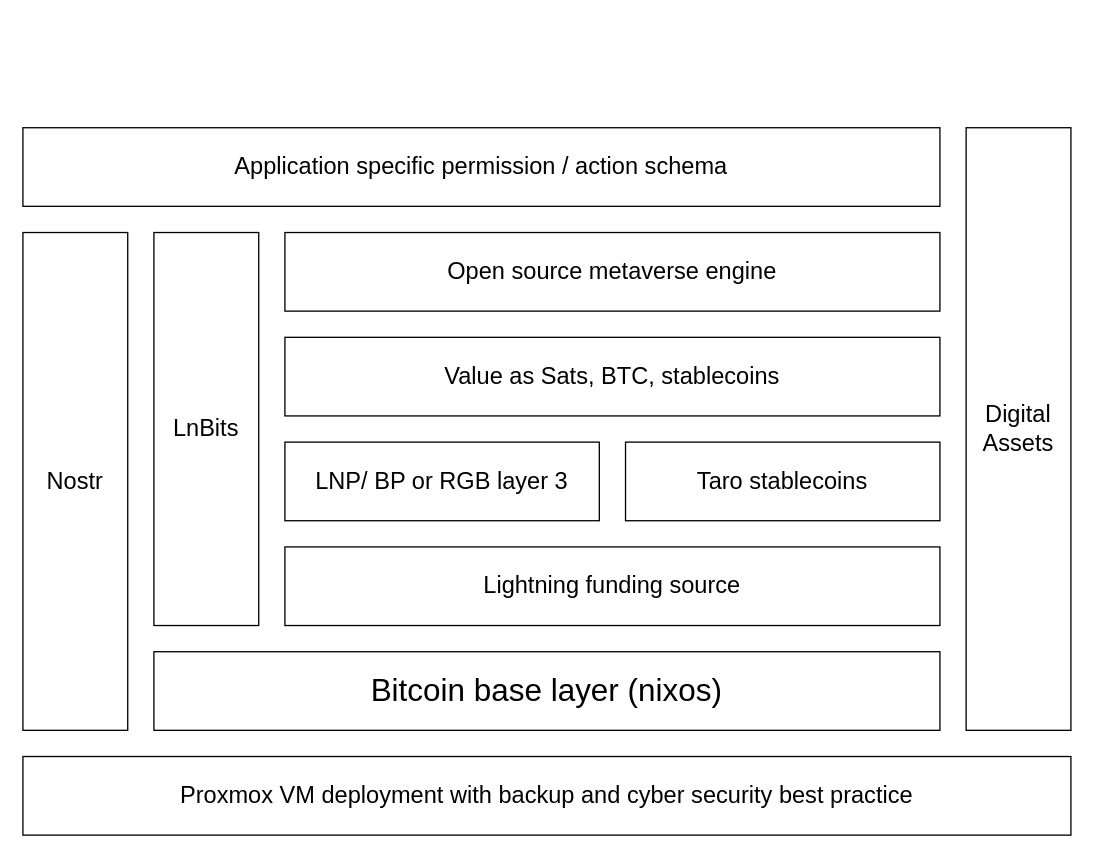
Earlier version of the draw.io diagram Book/Images/HighLevelDiagram.drawio (GMCyberFoundry/Metaverse). Source tidied: cells renumbered, new cells numbered last; positions are measured from the earlier drawing's top-left corner, leaving out a move shared by most shapes. Both pictures are drawn from the tidied source at 131%, with x=0, y=0 at pixel (22, 127).
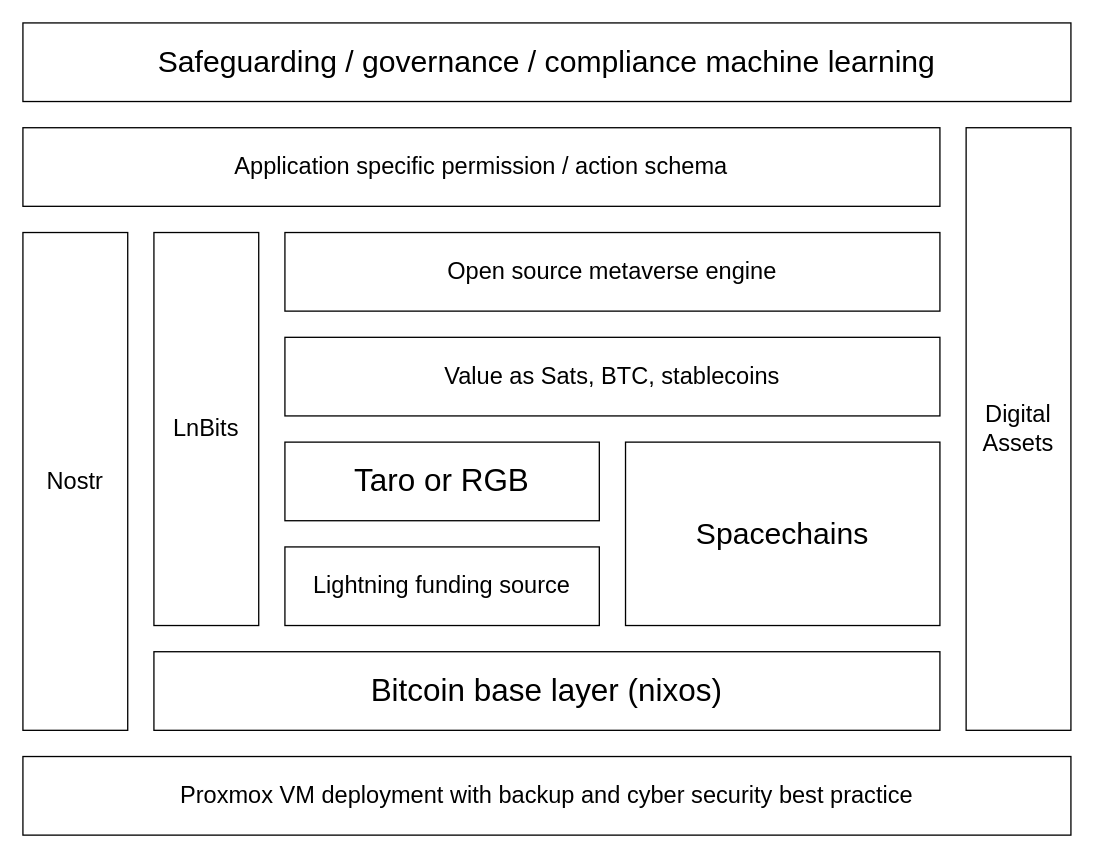
Above is the later version.

The edit, as a diff of the source:
```diff
@@
 <mxGraphModel>
   <root>
     <mxCell id="0" />
     <mxCell id="1" parent="0" />
     <mxCell id="2" value="&lt;font style=&quot;font-size: 18px&quot;&gt;Application specific permission / action schema&lt;br&gt;&lt;/font&gt;" style="rounded=0;whiteSpace=wrap;html=1;" parent="1" vertex="1">
       <mxGeometry width="700" height="60" as="geometry" />
     </mxCell>
     <mxCell id="3" value="Nostr" style="rounded=0;whiteSpace=wrap;html=1;fontSize=18;" parent="1" vertex="1">
       <mxGeometry y="80" width="80" height="380" as="geometry" />
     </mxCell>
     <mxCell id="4" value="LnBits" style="rounded=0;whiteSpace=wrap;html=1;fontSize=18;" parent="1" vertex="1">
       <mxGeometry x="100" y="80" width="80" height="300" as="geometry" />
     </mxCell>
     <mxCell id="5" value="&lt;font style=&quot;font-size: 18px&quot;&gt;Open source metaverse engine&lt;/font&gt;" style="rounded=0;whiteSpace=wrap;html=1;" parent="1" vertex="1">
       <mxGeometry x="200" y="80" width="500" height="60" as="geometry" />
     </mxCell>
     <mxCell id="6" value="&lt;font style=&quot;font-size: 18px&quot;&gt;Value as Sats, BTC, stablecoins&lt;br&gt;&lt;/font&gt;" style="rounded=0;whiteSpace=wrap;html=1;" parent="1" vertex="1">
       <mxGeometry x="200" y="160" width="500" height="60" as="geometry" />
     </mxCell>
-    <mxCell id="7" value="&lt;font style=&quot;font-size: 18px&quot;&gt;LNP/ BP or RGB layer 3&lt;/font&gt;" style="rounded=0;whiteSpace=wrap;html=1;" parent="1" vertex="1">
+    <mxCell id="7" value="&lt;font style=&quot;font-size: 24px;&quot;&gt;Taro or RGB&lt;br&gt;&lt;/font&gt;" style="rounded=0;whiteSpace=wrap;html=1;" parent="1" vertex="1">
       <mxGeometry x="200" y="240" width="240" height="60" as="geometry" />
     </mxCell>
-    <mxCell id="8" value="&lt;font style=&quot;font-size: 18px&quot;&gt;Taro stablecoins&lt;/font&gt;" style="rounded=0;whiteSpace=wrap;html=1;" parent="1" vertex="1">
-      <mxGeometry x="460" y="240" width="240" height="60" as="geometry" />
-    </mxCell>
     <mxCell id="9" value="&lt;font style=&quot;font-size: 18px&quot;&gt;Lightning funding source &lt;/font&gt;" style="rounded=0;whiteSpace=wrap;html=1;" parent="1" vertex="1">
-      <mxGeometry x="200" y="320" width="500" height="60" as="geometry" />
+      <mxGeometry x="200" y="320" width="240" height="60" as="geometry" />
     </mxCell>
     <mxCell id="10" value="&lt;font style=&quot;font-size: 24px&quot;&gt;Bitcoin base layer (nixos)&lt;br&gt;&lt;/font&gt;" style="rounded=0;whiteSpace=wrap;html=1;" parent="1" vertex="1">
       <mxGeometry x="100" y="400" width="600" height="60" as="geometry" />
     </mxCell>
     <mxCell id="11" value="&lt;font style=&quot;font-size: 18px&quot;&gt;Proxmox VM deployment with backup and cyber security best practice&lt;/font&gt;" style="rounded=0;whiteSpace=wrap;html=1;" parent="1" vertex="1">
       <mxGeometry y="480" width="800" height="60" as="geometry" />
     </mxCell>
     <mxCell id="12" value="&lt;div&gt;Digital&lt;br&gt;&lt;/div&gt;&lt;div&gt;Assets&lt;/div&gt;" style="rounded=0;whiteSpace=wrap;html=1;fontSize=18;" parent="1" vertex="1">
       <mxGeometry x="720" width="80" height="460" as="geometry" />
     </mxCell>
+    <mxCell id="13" value="&lt;font style=&quot;font-size: 23px;&quot;&gt;Spacechains&lt;/font&gt;" style="rounded=0;whiteSpace=wrap;html=1;" parent="1" vertex="1">
+      <mxGeometry x="460" y="240" width="240" height="140" as="geometry" />
+    </mxCell>
+    <mxCell id="14" value="&lt;font style=&quot;font-size: 23px;&quot;&gt;Safeguarding / governance / compliance machine learning&lt;/font&gt;" style="rounded=0;whiteSpace=wrap;html=1;" parent="1" vertex="1">
+      <mxGeometry y="-80" width="800" height="60" as="geometry" />
+    </mxCell>
   </root>
 </mxGraphModel>
```
